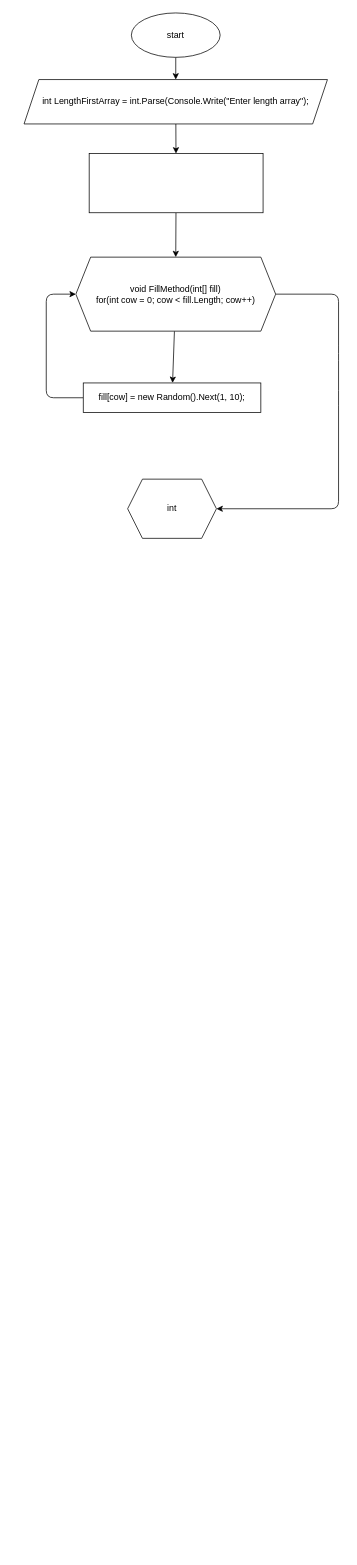
The draw.io diagram page "Page-2" (2 of 2) of flowchart.drawio in Fostix/CodePractic, before the edit. Source tidied: cells renumbered, new cells numbered last; positions are measured from the earlier drawing's top-left corner, leaving out a move shared by most shapes. Both pictures are drawn from the tidied source at 74%, with x=0, y=0 at pixel (24, 13).
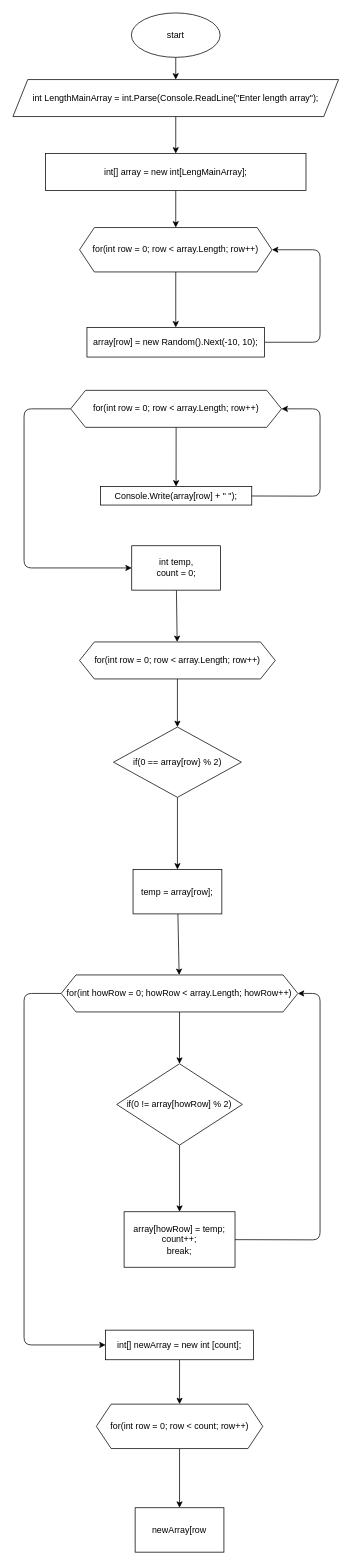
The same page after the edit.

What changed in the source:
```diff
@@
-    <mxCell id="5" value="int LengthFirstArray = int.Parse(Console.Write(&quot;Enter length array&quot;);" style="shape=parallelogram;perimeter=parallelogramPerimeter;whiteSpace=wrap;html=1;fixedSize=1;" parent="1" vertex="1">
-      <mxGeometry y="90" width="410" height="60" as="geometry" />
+    <mxCell id="5" value="int LengthMainArray = int.Parse(Console.ReadLine(&quot;Enter length array&quot;);" style="shape=parallelogram;perimeter=parallelogramPerimeter;whiteSpace=wrap;html=1;fixedSize=1;" parent="1" vertex="1">
+      <mxGeometry x="-15" y="90" width="440" height="50" as="geometry" />
     </mxCell>
@@
-    <mxCell id="7" style="edgeStyle=none;html=1;" parent="1" edge="1" source="8" target="11">
-      <mxGeometry relative="1" as="geometry">
-        <Array as="points">
-          <mxPoint x="425" y="380" />
-          <mxPoint x="425" y="460" />
-          <mxPoint x="425" y="520" />
-          <mxPoint x="425" y="670" />
-        </Array>
-      </mxGeometry>
-    </mxCell>
-    <mxCell id="8" value="void FillMethod(int[] fill)&lt;br&gt;for(int cow = 0; cow &amp;lt; fill.Length; cow++)" style="shape=hexagon;perimeter=hexagonPerimeter2;whiteSpace=wrap;html=1;fixedSize=1;" parent="1" vertex="1">
-      <mxGeometry x="70" y="330" width="270" height="100" as="geometry" />
+    <mxCell id="8" value="for(int row = 0; row &amp;lt; array.Length; row++)" style="shape=hexagon;perimeter=hexagonPerimeter2;whiteSpace=wrap;html=1;fixedSize=1;" parent="1" vertex="1">
+      <mxGeometry x="75" y="290" width="260" height="60" as="geometry" />
     </mxCell>
-    <mxCell id="9" style="edgeStyle=none;html=1;entryX=0;entryY=0.5;entryDx=0;entryDy=0;" parent="1" edge="1" source="10" target="8">
+    <mxCell id="9" style="edgeStyle=none;html=1;entryX=1;entryY=0.5;entryDx=0;entryDy=0;" parent="1" edge="1" source="10" target="8">
       <mxGeometry relative="1" as="geometry">
         <Array as="points">
-          <mxPoint x="30" y="520" />
-          <mxPoint x="30" y="380" />
+          <mxPoint x="400" y="445" />
+          <mxPoint x="400" y="320" />
         </Array>
       </mxGeometry>
     </mxCell>
-    <mxCell id="10" value="&lt;span&gt;fill[cow] = new Random().Next(1, 10);&lt;/span&gt;" style="whiteSpace=wrap;html=1;" parent="1" vertex="1">
-      <mxGeometry x="80" y="500" width="240" height="40" as="geometry" />
+    <mxCell id="10" value="&lt;span&gt;array[row] = new Random().Next(-10, 10);&lt;/span&gt;" style="whiteSpace=wrap;html=1;" parent="1" vertex="1">
+      <mxGeometry x="85" y="425" width="240" height="40" as="geometry" />
     </mxCell>
+    <mxCell id="14" style="edgeStyle=none;html=1;" parent="1" edge="1" source="11" target="17">
+      <mxGeometry relative="1" as="geometry" />
+    </mxCell>
+    <mxCell id="15" style="edgeStyle=none;html=1;" parent="1" edge="1" source="11" target="19">
+      <mxGeometry relative="1" as="geometry">
+        <Array as="points">
+          <mxPoint y="535" />
+          <mxPoint y="750" />
+        </Array>
+      </mxGeometry>
+    </mxCell>
-    <mxCell id="11" value="int" style="shape=hexagon;perimeter=hexagonPerimeter2;whiteSpace=wrap;html=1;fixedSize=1;" parent="1" vertex="1">
-      <mxGeometry x="140" y="630" width="120" height="80" as="geometry" />
+    <mxCell id="11" value="for(int row = 0; row &amp;lt; array.Length; row++)" style="shape=hexagon;perimeter=hexagonPerimeter2;whiteSpace=wrap;html=1;fixedSize=1;" parent="1" vertex="1">
+      <mxGeometry x="63" y="510" width="285" height="50" as="geometry" />
     </mxCell>
@@
-    <mxCell id="13" style="whiteSpace=wrap;html=1;" parent="1" vertex="1">
-      <mxGeometry x="88" y="190" width="235" height="80" as="geometry" />
+    <mxCell id="13" value="int[] array = new int[LengMainArray];" style="whiteSpace=wrap;html=1;" parent="1" vertex="1">
+      <mxGeometry x="29" y="190" width="352" height="50" as="geometry" />
     </mxCell>
+    <mxCell id="16" style="edgeStyle=none;html=1;entryX=1;entryY=0.5;entryDx=0;entryDy=0;" parent="1" edge="1" source="17" target="11">
+      <mxGeometry relative="1" as="geometry">
+        <Array as="points">
+          <mxPoint x="400" y="653" />
+          <mxPoint x="400" y="535" />
+        </Array>
+      </mxGeometry>
+    </mxCell>
+    <mxCell id="17" value="Console.Write(array[row] + &quot; &quot;);" style="whiteSpace=wrap;html=1;" parent="1" vertex="1">
+      <mxGeometry x="103.2" y="640" width="204.5" height="25" as="geometry" />
+    </mxCell>
+    <mxCell id="18" style="edgeStyle=none;html=1;" parent="1" edge="1" source="19" target="21">
+      <mxGeometry relative="1" as="geometry" />
+    </mxCell>
+    <mxCell id="19" value="int temp,&lt;br&gt;count = 0;" style="whiteSpace=wrap;html=1;" parent="1" vertex="1">
+      <mxGeometry x="145.5" y="720" width="120" height="60" as="geometry" />
+    </mxCell>
+    <mxCell id="20" style="edgeStyle=none;html=1;" parent="1" edge="1" source="21" target="23">
+      <mxGeometry relative="1" as="geometry" />
+    </mxCell>
+    <mxCell id="21" value="for(int row = 0; row &amp;lt; array.Length; row++)" style="shape=hexagon;perimeter=hexagonPerimeter2;whiteSpace=wrap;html=1;fixedSize=1;" parent="1" vertex="1">
+      <mxGeometry x="75" y="850" width="264.5" height="50" as="geometry" />
+    </mxCell>
+    <mxCell id="22" style="edgeStyle=none;html=1;" parent="1" edge="1" source="23" target="25">
+      <mxGeometry relative="1" as="geometry" />
+    </mxCell>
+    <mxCell id="23" value="if(0 == array[row} % 2)" style="rhombus;whiteSpace=wrap;html=1;" parent="1" vertex="1">
+      <mxGeometry x="120.9" y="965" width="172.8" height="95" as="geometry" />
+    </mxCell>
+    <mxCell id="24" style="edgeStyle=none;html=1;" parent="1" edge="1" source="25" target="28">
+      <mxGeometry relative="1" as="geometry" />
+    </mxCell>
+    <mxCell id="25" value="temp = array[row];" style="whiteSpace=wrap;html=1;" parent="1" vertex="1">
+      <mxGeometry x="147.3" y="1157.5" width="120" height="60" as="geometry" />
+    </mxCell>
+    <mxCell id="26" style="edgeStyle=none;html=1;" parent="1" edge="1" source="28" target="30">
+      <mxGeometry relative="1" as="geometry" />
+    </mxCell>
+    <mxCell id="27" style="edgeStyle=none;html=1;" parent="1" edge="1" source="28" target="34">
+      <mxGeometry relative="1" as="geometry">
+        <Array as="points">
+          <mxPoint y="1325" />
+          <mxPoint y="1800" />
+        </Array>
+      </mxGeometry>
+    </mxCell>
+    <mxCell id="28" value="for(int howRow = 0; howRow &amp;lt; array.Length; howRow++)" style="shape=hexagon;perimeter=hexagonPerimeter2;whiteSpace=wrap;html=1;fixedSize=1;" parent="1" vertex="1">
+      <mxGeometry x="50.2" y="1300" width="319.8" height="50" as="geometry" />
+    </mxCell>
+    <mxCell id="29" style="edgeStyle=none;html=1;" parent="1" edge="1" source="30" target="32">
+      <mxGeometry relative="1" as="geometry" />
+    </mxCell>
+    <mxCell id="30" value="if(0 != array[howRow] % 2)" style="rhombus;whiteSpace=wrap;html=1;" parent="1" vertex="1">
+      <mxGeometry x="125.2" y="1420" width="169.8" height="110" as="geometry" />
+    </mxCell>
+    <mxCell id="31" style="edgeStyle=none;html=1;entryX=1;entryY=0.5;entryDx=0;entryDy=0;" parent="1" edge="1" source="32" target="28">
+      <mxGeometry relative="1" as="geometry">
+        <Array as="points">
+          <mxPoint x="400" y="1658" />
+          <mxPoint x="400" y="1325" />
+        </Array>
+      </mxGeometry>
+    </mxCell>
+    <mxCell id="32" value="array[howRow] = temp;&lt;br&gt;count++;&lt;br&gt;break;" style="whiteSpace=wrap;html=1;" parent="1" vertex="1">
+      <mxGeometry x="135.2" y="1620" width="149.9" height="75" as="geometry" />
+    </mxCell>
+    <mxCell id="33" style="edgeStyle=none;html=1;" parent="1" edge="1" source="34" target="36">
+      <mxGeometry relative="1" as="geometry" />
+    </mxCell>
+    <mxCell id="34" value="int[] newArray = new int [count];" style="whiteSpace=wrap;html=1;" parent="1" vertex="1">
+      <mxGeometry x="110.2" y="1780" width="199.9" height="40" as="geometry" />
+    </mxCell>
+    <mxCell id="35" style="edgeStyle=none;html=1;" parent="1" edge="1" source="36" target="37">
+      <mxGeometry relative="1" as="geometry" />
+    </mxCell>
+    <mxCell id="36" value="for(int row = 0; row &amp;lt; count; row++)" style="shape=hexagon;perimeter=hexagonPerimeter2;whiteSpace=wrap;html=1;fixedSize=1;" parent="1" vertex="1">
+      <mxGeometry x="97.7" y="1880" width="224.9" height="60" as="geometry" />
+    </mxCell>
+    <mxCell id="37" value="newArray[row" style="whiteSpace=wrap;html=1;" parent="1" vertex="1">
+      <mxGeometry x="150.1" y="2020" width="120" height="60" as="geometry" />
+    </mxCell>
```
